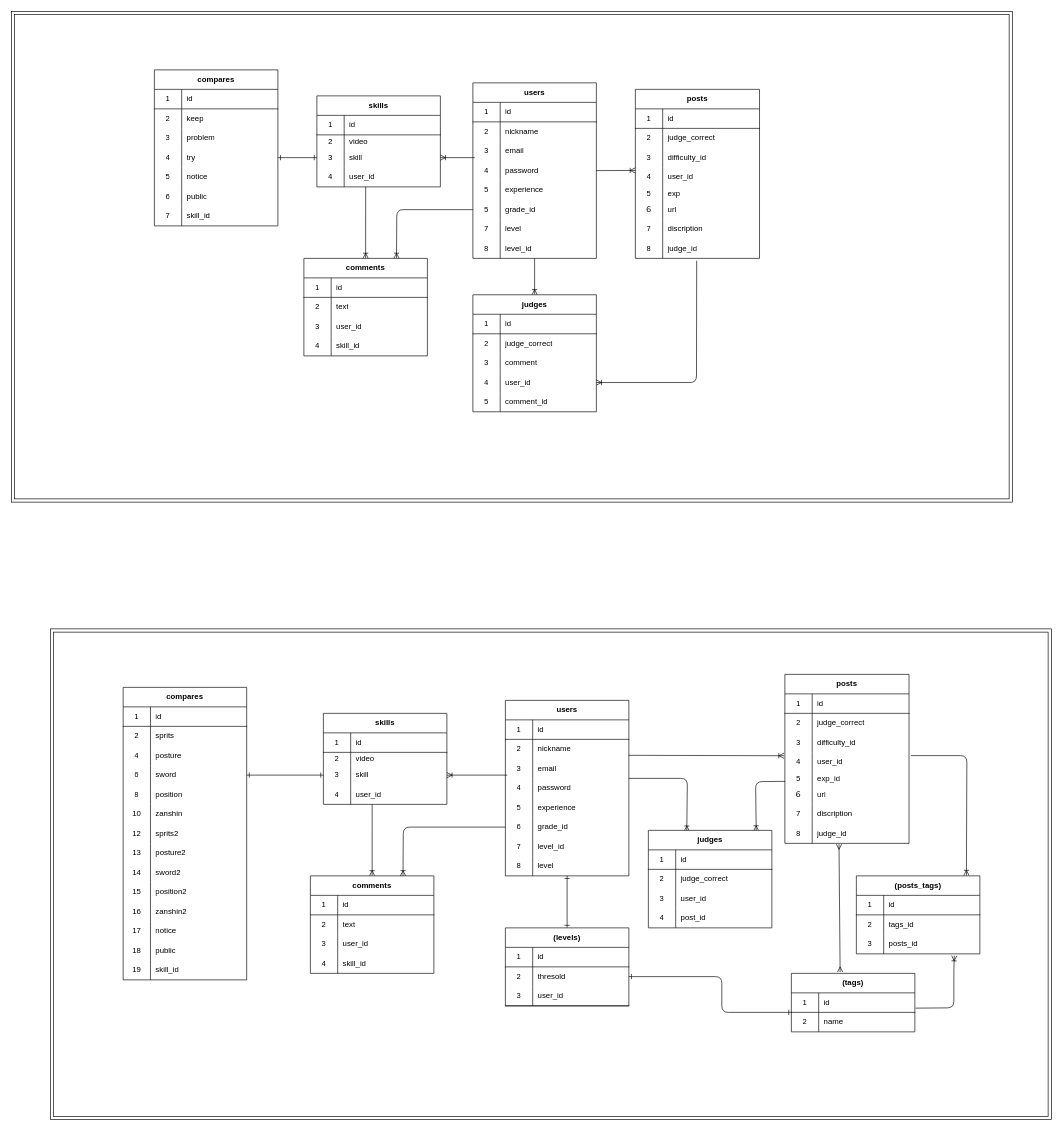
Earlier version of the draw.io diagram db.dio (magatamaamagata/kendo_ippon). Source tidied: cells renumbered, new cells numbered last; positions are measured from the earlier drawing's top-left corner, leaving out a move shared by most shapes. Both pictures are drawn from the tidied source at 65%, with x=0, y=0 at pixel (11, 11).
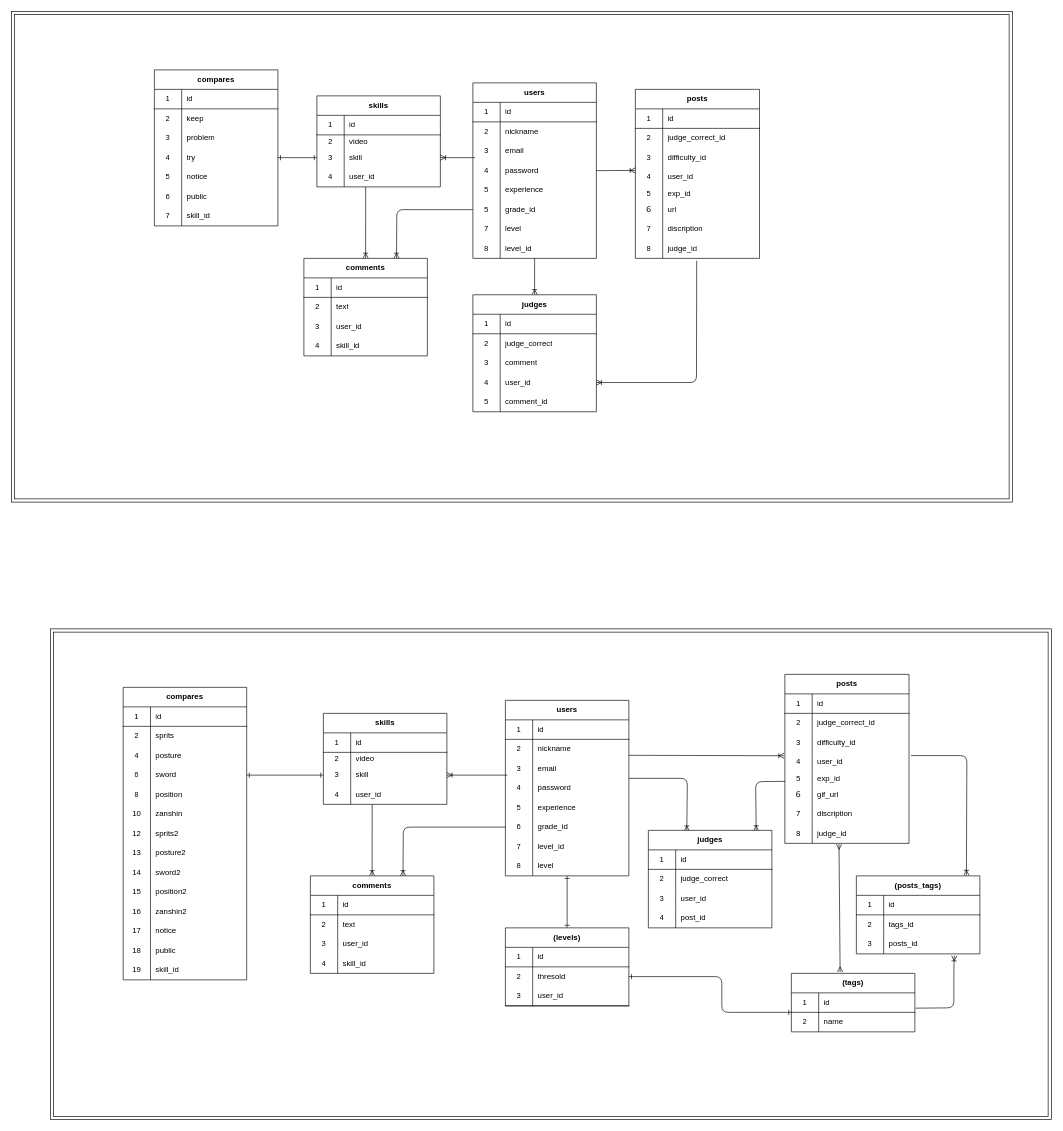
The same page after the edit.

Unchanged cells that the change refers to:
```xml
<mxCell id="47" style="shape=partialRectangle;html=1;whiteSpace=wrap;fillColor=none;top=0;left=0;bottom=0;right=0;" parent="43" vertex="1">
  <mxGeometry y="60" width="191" height="30" as="geometry" />
</mxCell>
<mxCell id="59" style="shape=partialRectangle;html=1;whiteSpace=wrap;fillColor=none;top=0;left=0;bottom=0;right=0;" parent="43" vertex="1">
  <mxGeometry y="170" width="191" height="30" as="geometry" />
</mxCell>
<mxCell id="217" style="shape=partialRectangle;html=1;whiteSpace=wrap;fillColor=none;top=0;left=0;bottom=0;right=0;" parent="213" vertex="1">
  <mxGeometry y="60" width="191" height="30" as="geometry" />
</mxCell>
<mxCell id="226" style="shape=partialRectangle;html=1;whiteSpace=wrap;fillColor=none;top=0;left=0;bottom=0;right=0;" parent="213" vertex="1">
  <mxGeometry y="150" width="191" height="20" as="geometry" />
</mxCell>
```

Change to the diagram source:
```diff
@@
-    <mxCell id="49" value="judge_correct" style="shape=partialRectangle;html=1;whiteSpace=wrap;fillColor=none;top=0;left=0;bottom=0;right=0;align=left;spacingLeft=6;overflow=hidden;" parent="47" vertex="1">
+    <mxCell id="49" value="judge_correct_id" style="shape=partialRectangle;html=1;whiteSpace=wrap;fillColor=none;top=0;left=0;bottom=0;right=0;align=left;spacingLeft=6;overflow=hidden;" parent="47" vertex="1">
       <mxGeometry x="42" width="149" height="30" as="geometry" />
     </mxCell>
@@
-    <mxCell id="61" value="url" style="shape=partialRectangle;html=1;whiteSpace=wrap;fillColor=none;top=0;left=0;bottom=0;right=0;align=left;spacingLeft=6;overflow=hidden;" parent="59" vertex="1">
+    <mxCell id="61" value="gif_url" style="shape=partialRectangle;html=1;whiteSpace=wrap;fillColor=none;top=0;left=0;bottom=0;right=0;align=left;spacingLeft=6;overflow=hidden;" parent="59" vertex="1">
       <mxGeometry x="42" width="149" height="30" as="geometry" />
     </mxCell>
@@
-    <mxCell id="219" value="judge_correct" style="shape=partialRectangle;html=1;whiteSpace=wrap;fillColor=none;top=0;left=0;bottom=0;right=0;align=left;spacingLeft=6;overflow=hidden;" parent="217" vertex="1">
+    <mxCell id="219" value="judge_correct_id" style="shape=partialRectangle;html=1;whiteSpace=wrap;fillColor=none;top=0;left=0;bottom=0;right=0;align=left;spacingLeft=6;overflow=hidden;" parent="217" vertex="1">
       <mxGeometry x="42" width="149" height="30" as="geometry" />
     </mxCell>
@@
-    <mxCell id="228" value="exp" style="shape=partialRectangle;html=1;whiteSpace=wrap;fillColor=none;top=0;left=0;bottom=0;right=0;align=left;spacingLeft=6;overflow=hidden;" parent="226" vertex="1">
+    <mxCell id="228" value="exp_id" style="shape=partialRectangle;html=1;whiteSpace=wrap;fillColor=none;top=0;left=0;bottom=0;right=0;align=left;spacingLeft=6;overflow=hidden;" parent="226" vertex="1">
       <mxGeometry x="42" width="149" height="20" as="geometry" />
     </mxCell>
```
